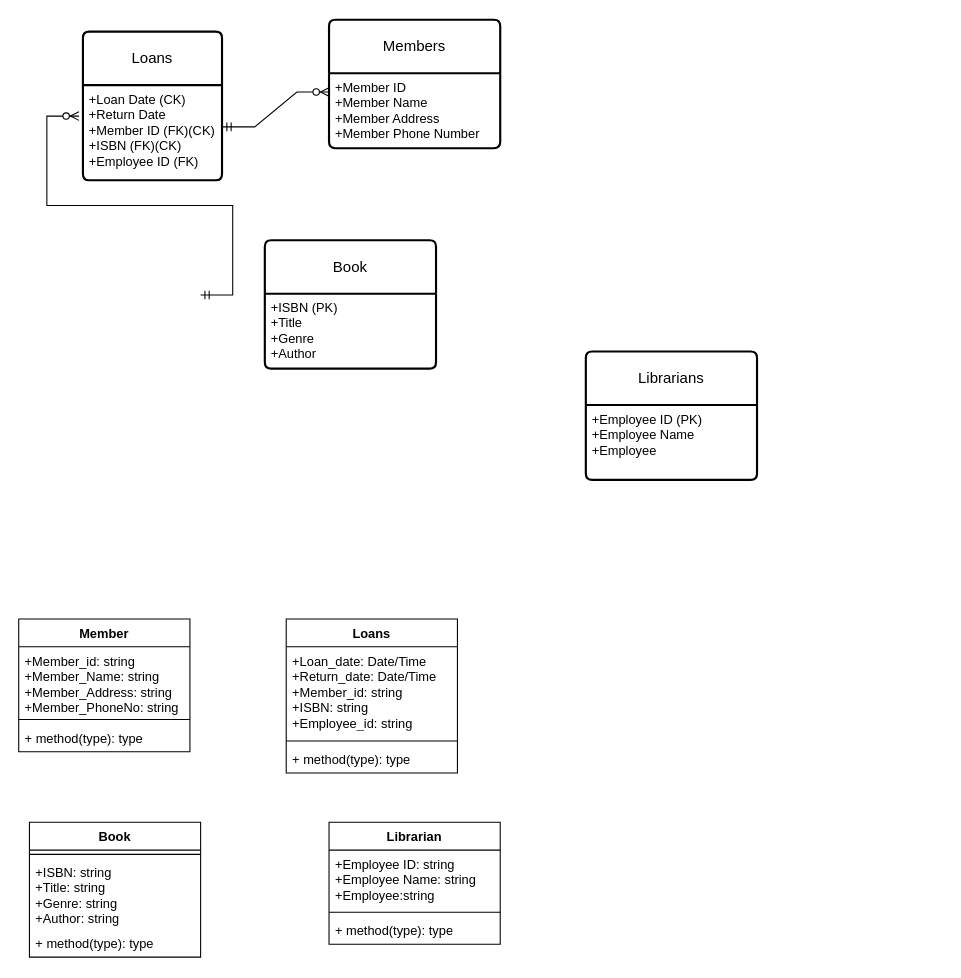
This is Library ERD.drawio from Nudara08/AT1_playarea, a draw.io file, before an edit. Source tidied: cells renumbered, new cells numbered last; positions are measured from the earlier drawing's top-left corner, leaving out a move shared by most shapes. Both pictures are drawn from the tidied source at 107%, with x=0, y=0 at pixel (18, 19).
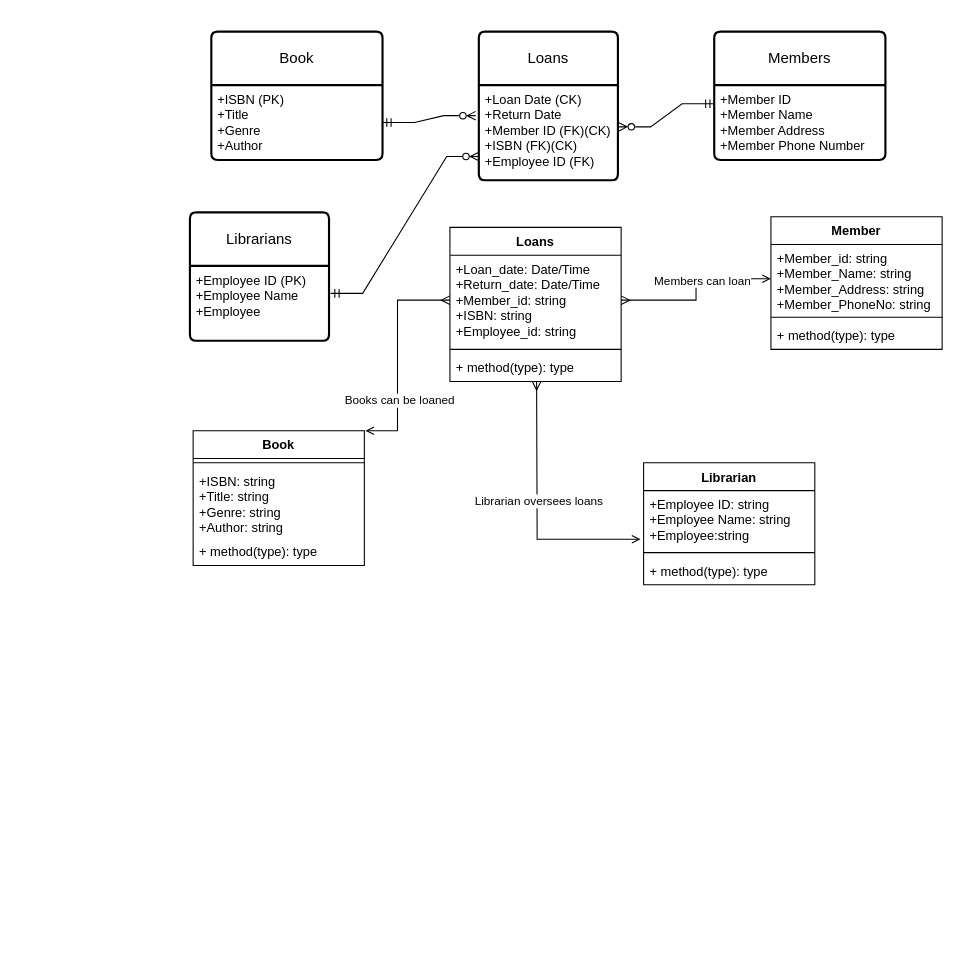
The same diagram, later.

Unchanged cells that the change refers to:
```xml
<mxCell id="3" value="+ISBN (PK)&lt;br&gt;+Title&lt;br&gt;+Genre&lt;div&gt;+Author&lt;/div&gt;" style="align=left;strokeColor=none;fillColor=none;spacingLeft=4;fontSize=12;verticalAlign=top;html=1;" parent="2" vertex="1">
  <mxGeometry y="50" width="160" height="70" as="geometry" />
</mxCell>
<mxCell id="5" value="&lt;div&gt;+Member ID&lt;/div&gt;+Member Name&lt;br&gt;+Member Address&lt;br&gt;+Member Phone Number" style="align=left;strokeColor=none;fillColor=none;spacingLeft=4;fontSize=12;verticalAlign=top;html=1;" parent="4" vertex="1">
  <mxGeometry y="50" width="160" height="70" as="geometry" />
</mxCell>
<mxCell id="8" value="+Loan Date (CK)&lt;br&gt;+Return Date&lt;div&gt;+Member ID (FK)&lt;span style=&quot;background-color: initial;&quot;&gt;(CK)&lt;/span&gt;&lt;/div&gt;&lt;div&gt;+ISBN (FK)&lt;span style=&quot;background-color: initial;&quot;&gt;(CK)&lt;/span&gt;&lt;/div&gt;&lt;div&gt;+Employee ID (FK)&lt;/div&gt;" style="align=left;strokeColor=none;fillColor=none;spacingLeft=4;fontSize=12;verticalAlign=top;html=1;" parent="6" vertex="1">
  <mxGeometry y="50" width="130" height="89" as="geometry" />
</mxCell>
<mxCell id="13" value="&lt;div style=&quot;text-wrap: nowrap;&quot;&gt;+Member_id: string&lt;/div&gt;&lt;span style=&quot;text-wrap: nowrap;&quot;&gt;+Member_Name: string&lt;/span&gt;&lt;br style=&quot;text-wrap: nowrap;&quot;&gt;&lt;span style=&quot;text-wrap: nowrap;&quot;&gt;+Member_Address: string&lt;/span&gt;&lt;br style=&quot;text-wrap: nowrap;&quot;&gt;&lt;span style=&quot;text-wrap: nowrap;&quot;&gt;+Member_PhoneNo: string&lt;/span&gt;" style="text;strokeColor=none;fillColor=none;align=left;verticalAlign=top;spacingLeft=4;spacingRight=4;overflow=hidden;points=[[0,0.5],[1,0.5]];portConstraint=eastwest;whiteSpace=wrap;html=1;" parent="12" vertex="1">
  <mxGeometry y="26" width="160" height="64" as="geometry" />
</mxCell>
<mxCell id="17" value="&lt;span style=&quot;text-wrap: nowrap;&quot;&gt;+Loan_date: Date/Time&lt;/span&gt;&lt;br style=&quot;text-wrap: nowrap;&quot;&gt;&lt;span style=&quot;text-wrap: nowrap;&quot;&gt;+Return_date: Date/Time&lt;/span&gt;&lt;div style=&quot;text-wrap: nowrap;&quot;&gt;+Member_id: string&lt;/div&gt;&lt;div style=&quot;text-wrap: nowrap;&quot;&gt;+ISBN: string&lt;/div&gt;&lt;div style=&quot;text-wrap: nowrap;&quot;&gt;+Employee_id: string&lt;/div&gt;" style="text;strokeColor=none;fillColor=none;align=left;verticalAlign=top;spacingLeft=4;spacingRight=4;overflow=hidden;points=[[0,0.5],[1,0.5]];portConstraint=eastwest;whiteSpace=wrap;html=1;" parent="16" vertex="1">
  <mxGeometry y="26" width="160" height="84" as="geometry" />
</mxCell>
<mxCell id="25" value="&lt;span style=&quot;text-wrap: nowrap;&quot;&gt;+Employee ID: string&lt;/span&gt;&lt;br style=&quot;text-wrap: nowrap;&quot;&gt;&lt;span style=&quot;text-wrap: nowrap;&quot;&gt;+Employee&amp;nbsp;Name: string&lt;/span&gt;&lt;br style=&quot;text-wrap: nowrap;&quot;&gt;&lt;span style=&quot;text-wrap: nowrap;&quot;&gt;+Employee:string&lt;/span&gt;" style="text;strokeColor=none;fillColor=none;align=left;verticalAlign=top;spacingLeft=4;spacingRight=4;overflow=hidden;points=[[0,0.5],[1,0.5]];portConstraint=eastwest;whiteSpace=wrap;html=1;" parent="24" vertex="1">
  <mxGeometry y="26" width="160" height="54" as="geometry" />
</mxCell>
```

The edit, as a diff of the source:
```diff
@@
     <mxCell id="2" value="Book" style="swimlane;horizontal=1;startSize=50;rounded=1;fontSize=14;fontStyle=0;strokeWidth=2;shadow=0;dashed=0;align=center;arcSize=4;whiteSpace=wrap;html=1;" parent="1" vertex="1">
-      <mxGeometry x="230" y="206" width="160" height="120" as="geometry" />
+      <mxGeometry x="180" y="11" width="160" height="120" as="geometry" />
     </mxCell>
@@
     <mxCell id="4" value="Members" style="swimlane;horizontal=1;startSize=50;rounded=1;fontSize=14;fontStyle=0;strokeWidth=2;shadow=0;dashed=0;align=center;arcSize=4;whiteSpace=wrap;html=1;" parent="1" vertex="1">
-      <mxGeometry x="290" width="160" height="120" as="geometry" />
+      <mxGeometry x="650" y="11" width="160" height="120" as="geometry" />
     </mxCell>
@@
     <mxCell id="6" value="Loans" style="swimlane;horizontal=1;startSize=50;rounded=1;fontSize=14;fontStyle=0;strokeWidth=2;shadow=0;dashed=0;align=center;arcSize=4;whiteSpace=wrap;html=1;" parent="1" vertex="1">
-      <mxGeometry x="60" y="11" width="130" height="139" as="geometry" />
+      <mxGeometry x="430" y="11" width="130" height="139" as="geometry" />
     </mxCell>
-    <mxCell id="7" style="edgeStyle=entityRelationEdgeStyle;fontSize=12;html=1;endArrow=ERzeroToMany;startArrow=ERmandOne;rounded=0;exitX=-0.006;exitY=0.111;exitDx=0;exitDy=0;exitPerimeter=0;entryX=-0.036;entryY=0.445;entryDx=0;entryDy=0;entryPerimeter=0;" parent="6" edge="1">
-      <mxGeometry relative="1" as="geometry">
-        <mxPoint x="110" y="246.2" as="sourcePoint" />
-        <mxPoint x="-3.7" y="79" as="targetPoint" />
-        <Array as="points">
-          <mxPoint x="-55" y="120.4" />
-          <mxPoint x="80" y="209" />
-          <mxPoint x="-29" y="158.4" />
-          <mxPoint x="-9" y="188.4" />
-          <mxPoint x="11" y="208.4" />
-          <mxPoint x="21" y="218.4" />
-          <mxPoint x="-10" y="260.4" />
-        </Array>
-      </mxGeometry>
-    </mxCell>
@@
     <mxCell id="9" value="Librarians" style="swimlane;horizontal=1;startSize=50;rounded=1;fontSize=14;fontStyle=0;strokeWidth=2;shadow=0;dashed=0;align=center;arcSize=4;whiteSpace=wrap;html=1;" parent="1" vertex="1">
-      <mxGeometry x="530" y="310" width="160" height="120" as="geometry" />
+      <mxGeometry x="160" y="180" width="130" height="120" as="geometry" />
     </mxCell>
     <mxCell id="10" value="+Employee ID (PK)&lt;br&gt;+Employee&amp;nbsp;Name&lt;br&gt;+Employee&amp;nbsp;" style="align=left;strokeColor=none;fillColor=none;spacingLeft=4;fontSize=12;verticalAlign=top;html=1;" parent="9" vertex="1">
-      <mxGeometry y="50" width="160" height="70" as="geometry" />
+      <mxGeometry y="50" width="130" height="70" as="geometry" />
     </mxCell>
-    <mxCell id="11" style="edgeStyle=entityRelationEdgeStyle;fontSize=12;html=1;endArrow=ERzeroToMany;startArrow=ERmandOne;rounded=0;exitX=1.004;exitY=0.439;exitDx=0;exitDy=0;exitPerimeter=0;entryX=0;entryY=0.25;entryDx=0;entryDy=0;" parent="1" edge="1" source="8" target="5">
+    <mxCell id="11" style="edgeStyle=entityRelationEdgeStyle;fontSize=12;html=1;endArrow=ERmandOne;startArrow=ERzeroToMany;rounded=0;exitX=1.004;exitY=0.439;exitDx=0;exitDy=0;exitPerimeter=0;entryX=0;entryY=0.25;entryDx=0;entryDy=0;startFill=0;endFill=0;" parent="1" edge="1" source="8" target="5">
       <mxGeometry relative="1" as="geometry">
         <Array as="points">
           <mxPoint x="175.1" y="10" />
         </Array>
       </mxGeometry>
     </mxCell>
+    <mxCell id="28" style="edgeStyle=entityRelationEdgeStyle;fontSize=12;html=1;endArrow=ERzeroToMany;startArrow=ERmandOne;rounded=0;entryX=-0.022;entryY=0.321;entryDx=0;entryDy=0;entryPerimeter=0;exitX=1;exitY=0.5;exitDx=0;exitDy=0;startFill=0;endFill=0;" parent="1" edge="1" source="3" target="8">
+      <mxGeometry relative="1" as="geometry">
+        <Array as="points">
+          <mxPoint x="274" y="40" />
+        </Array>
+      </mxGeometry>
+    </mxCell>
+    <mxCell id="29" style="edgeStyle=entityRelationEdgeStyle;fontSize=12;html=1;endArrow=ERzeroToMany;startArrow=ERmandOne;rounded=0;entryX=0;entryY=0.75;entryDx=0;entryDy=0;exitX=1.011;exitY=0.367;exitDx=0;exitDy=0;exitPerimeter=0;" parent="1" edge="1" source="10" target="8">
+      <mxGeometry relative="1" as="geometry" />
+    </mxCell>
     <mxCell id="12" value="Member" style="swimlane;fontStyle=1;align=center;verticalAlign=top;horizontal=1;startSize=26;whiteSpace=wrap;html=1;" parent="1" vertex="1">
-      <mxGeometry y="560" width="160" height="124" as="geometry" />
+      <mxGeometry x="703" y="184" width="160" height="124" as="geometry" />
     </mxCell>
@@
     <mxCell id="16" value="Loans" style="swimlane;fontStyle=1;align=center;verticalAlign=top;horizontal=1;startSize=26;whiteSpace=wrap;html=1;" parent="1" vertex="1">
-      <mxGeometry x="250" y="560" width="160" height="144" as="geometry" />
+      <mxGeometry x="403" y="194" width="160" height="144" as="geometry" />
     </mxCell>
@@
+    <mxCell id="30" style="edgeStyle=orthogonalEdgeStyle;rounded=0;jettySize=auto;html=1;exitX=1;exitY=0;exitDx=0;exitDy=0;entryX=0;entryY=0.5;entryDx=0;entryDy=0;startArrow=open;startFill=0;endArrow=ERmany;endFill=0;" parent="1" edge="1" target="17">
+      <mxGeometry relative="1" as="geometry">
+        <mxPoint x="324" y="384" as="sourcePoint" />
+        <Array as="points">
+          <mxPoint x="354" y="384" />
+          <mxPoint x="354" y="262" />
+        </Array>
+      </mxGeometry>
+    </mxCell>
+    <mxCell id="31" value="Books can be loaned" style="edgeLabel;html=1;align=center;verticalAlign=middle;" parent="30" vertex="1">
+      <mxGeometry x="-0.29" y="-1" relative="1" as="geometry">
+        <mxPoint y="12" as="offset" />
+      </mxGeometry>
+    </mxCell>
     <mxCell id="20" value="Book" style="swimlane;fontStyle=1;align=center;verticalAlign=top;horizontal=1;startSize=26;whiteSpace=wrap;html=1;" parent="1" vertex="1">
-      <mxGeometry x="10" y="750" width="160" height="126" as="geometry" />
+      <mxGeometry x="163" y="384" width="160" height="126" as="geometry" />
     </mxCell>
@@
     <mxCell id="24" value="Librarian" style="swimlane;fontStyle=1;align=center;verticalAlign=top;horizontal=1;startSize=26;whiteSpace=wrap;html=1;" parent="1" vertex="1">
-      <mxGeometry x="290" y="750" width="160" height="114" as="geometry" />
+      <mxGeometry x="584" y="414" width="160" height="114" as="geometry" />
     </mxCell>
@@
+    <mxCell id="32" style="edgeStyle=orthogonalEdgeStyle;rounded=0;jettySize=auto;html=1;exitX=1;exitY=0.5;exitDx=0;exitDy=0;entryX=0;entryY=0.5;entryDx=0;entryDy=0;startArrow=ERmany;startFill=0;endArrow=open;endFill=0;" parent="1" edge="1" source="17" target="13">
+      <mxGeometry relative="1" as="geometry" />
+    </mxCell>
+    <mxCell id="33" value="Members can loan" style="edgeLabel;html=1;align=center;verticalAlign=middle;" parent="32" vertex="1">
+      <mxGeometry x="0.19" y="-1" relative="1" as="geometry" />
+    </mxCell>
+    <mxCell id="34" style="edgeStyle=orthogonalEdgeStyle;rounded=0;jettySize=auto;html=1;exitX=0.5;exitY=1;exitDx=0;exitDy=0;entryX=-0.018;entryY=0.843;entryDx=0;entryDy=0;entryPerimeter=0;endArrow=open;endFill=0;startArrow=ERmany;startFill=0;" parent="1" edge="1" target="25">
+      <mxGeometry relative="1" as="geometry">
+        <mxPoint x="484" y="338" as="sourcePoint" />
+      </mxGeometry>
+    </mxCell>
+    <mxCell id="35" value="Librarian oversees loans" style="edgeLabel;html=1;align=center;verticalAlign=middle;" parent="34" vertex="1">
+      <mxGeometry x="-0.08" y="1" relative="1" as="geometry" />
+    </mxCell>
```
